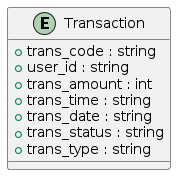
Before: plantuml_img.png, a diagram exported from PlantUML (S0NM/datachat-demo). Its diagram source:
```plantuml
@startuml
entity Transaction {
  + trans_code : string
  + user_id : string
  + trans_amount : int
  + trans_time : string
  + trans_date : string
  + trans_status : string
  + trans_type : string
}
@enduml
```
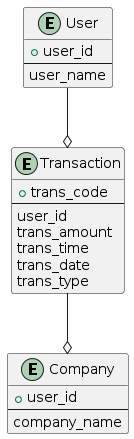
After the change.

Diff of the diagram source:
```diff
@@ -1,11 +1,26 @@
 @startuml
+entity User {
+  + user_id
+  ---
+  user_name
+}
+
 entity Transaction {
-  + trans_code : string
-  + user_id : string
-  + trans_amount : int
-  + trans_time : string
-  + trans_date : string
-  + trans_status : string
-  + trans_type : string
+  + trans_code
+  ---
+  user_id
+  trans_amount
+  trans_time
+  trans_date
+  trans_type
 }
+
+entity Company {
+  + user_id
+  ---
+  company_name
+}
+
+User --o Transaction
+Transaction --o Company
 @enduml
```
